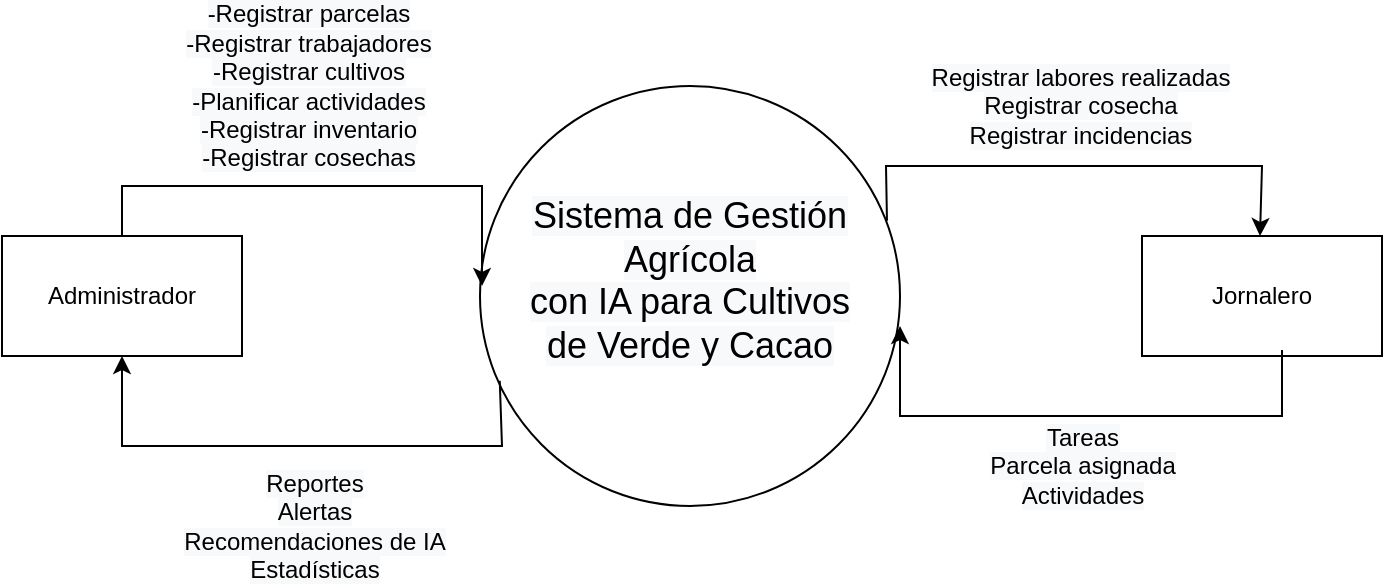
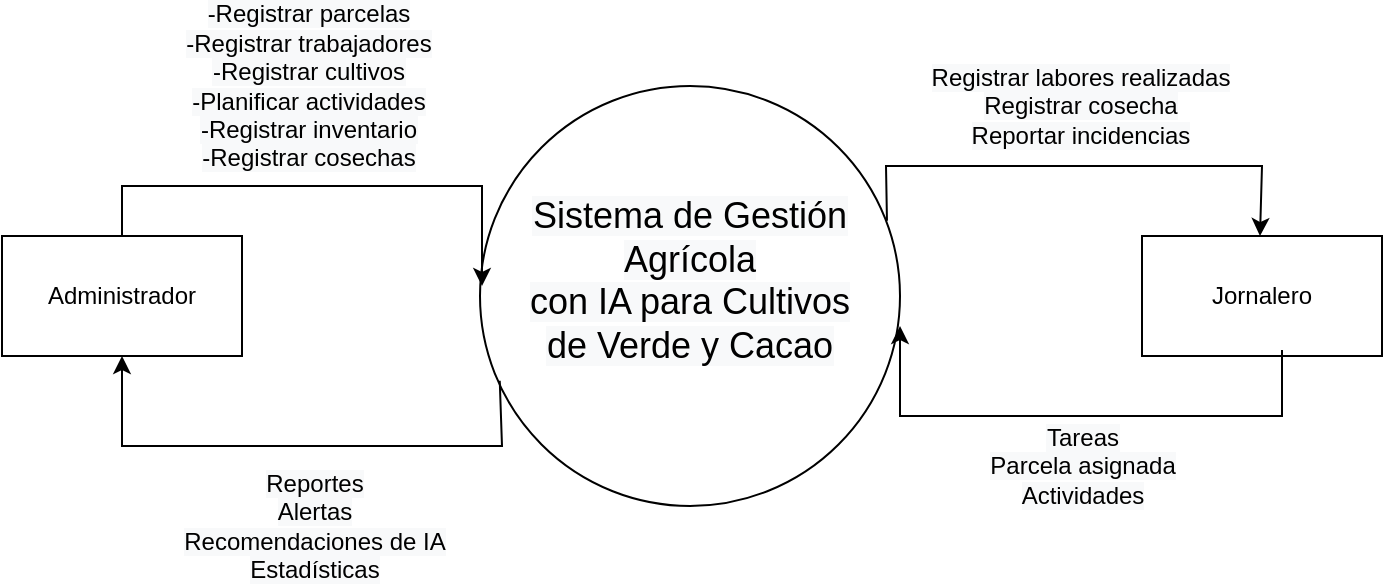
<mxfile host="app.diagrams.net">
  <diagram name="Página-1" id="E-Qxof7syNsay1jDrSFS">
-     <mxGraphModel dx="1044" dy="611" grid="1" gridSize="10" guides="1" tooltips="1" connect="1" arrows="1" fold="1" page="1" pageScale="1" pageWidth="827" pageHeight="1169" math="0" shadow="0">
+     <mxGraphModel dx="720" dy="421" grid="1" gridSize="10" guides="1" tooltips="1" connect="1" arrows="1" fold="1" page="1" pageScale="1" pageWidth="827" pageHeight="1169" math="0" shadow="0">
      <root>
        <mxCell id="0" />
        <mxCell id="1" parent="0" />
        <mxCell id="B6Bbo8RJQxdWr5DFB0A9-1" parent="1" style="ellipse;whiteSpace=wrap;html=1;aspect=fixed;" value="&#xa;&lt;span style=&quot;color: rgb(0, 0, 0); font-family: Helvetica, &amp;quot;VP Default&amp;quot;; font-size: 18px; font-style: normal; font-variant-ligatures: normal; font-variant-caps: normal; font-weight: 400; letter-spacing: normal; orphans: 2; text-align: center; text-indent: 0px; text-transform: none; widows: 2; word-spacing: 0px; -webkit-text-stroke-width: 0px; white-space: normal; background-color: rgb(248, 249, 250); text-decoration-thickness: initial; text-decoration-style: initial; text-decoration-color: initial; display: inline !important; float: none;&quot;&gt;Sistema de Gestión Agrícola&lt;/span&gt;&lt;br style=&quot;box-sizing: content-box; -webkit-font-smoothing: antialiased; scrollbar-width: thin; color: rgb(0, 0, 0); font-family: Helvetica, &amp;quot;VP Default&amp;quot;; font-size: 18px; font-style: normal; font-variant-ligatures: normal; font-variant-caps: normal; font-weight: 400; letter-spacing: normal; orphans: 2; text-align: center; text-indent: 0px; text-transform: none; widows: 2; word-spacing: 0px; -webkit-text-stroke-width: 0px; white-space: normal; background-color: rgb(248, 249, 250); text-decoration-thickness: initial; text-decoration-style: initial; text-decoration-color: initial;&quot;&gt;&lt;span style=&quot;color: rgb(0, 0, 0); font-family: Helvetica, &amp;quot;VP Default&amp;quot;; font-size: 18px; font-style: normal; font-variant-ligatures: normal; font-variant-caps: normal; font-weight: 400; letter-spacing: normal; orphans: 2; text-align: center; text-indent: 0px; text-transform: none; widows: 2; word-spacing: 0px; -webkit-text-stroke-width: 0px; white-space: normal; background-color: rgb(248, 249, 250); text-decoration-thickness: initial; text-decoration-style: initial; text-decoration-color: initial; display: inline !important; float: none;&quot;&gt;con IA para Cultivos&lt;/span&gt;&lt;br style=&quot;box-sizing: content-box; -webkit-font-smoothing: antialiased; scrollbar-width: thin; color: rgb(0, 0, 0); font-family: Helvetica, &amp;quot;VP Default&amp;quot;; font-size: 18px; font-style: normal; font-variant-ligatures: normal; font-variant-caps: normal; font-weight: 400; letter-spacing: normal; orphans: 2; text-align: center; text-indent: 0px; text-transform: none; widows: 2; word-spacing: 0px; -webkit-text-stroke-width: 0px; white-space: normal; background-color: rgb(248, 249, 250); text-decoration-thickness: initial; text-decoration-style: initial; text-decoration-color: initial;&quot;&gt;&lt;span style=&quot;color: rgb(0, 0, 0); font-family: Helvetica, &amp;quot;VP Default&amp;quot;; font-size: 18px; font-style: normal; font-variant-ligatures: normal; font-variant-caps: normal; font-weight: 400; letter-spacing: normal; orphans: 2; text-align: center; text-indent: 0px; text-transform: none; widows: 2; word-spacing: 0px; -webkit-text-stroke-width: 0px; white-space: normal; background-color: rgb(248, 249, 250); text-decoration-thickness: initial; text-decoration-style: initial; text-decoration-color: initial; display: inline !important; float: none;&quot;&gt;de Verde y Cacao&lt;/span&gt;&#xa;&#xa;" vertex="1">
          <mxGeometry height="210" width="210" x="309" y="190" as="geometry" />
        </mxCell>
        <mxCell id="B6Bbo8RJQxdWr5DFB0A9-2" parent="1" style="rounded=0;whiteSpace=wrap;html=1;" value="Administrador" vertex="1">
          <mxGeometry height="60" width="120" x="70" y="265" as="geometry" />
        </mxCell>
        <mxCell id="B6Bbo8RJQxdWr5DFB0A9-3" parent="1" style="rounded=0;whiteSpace=wrap;html=1;" value="Jornalero" vertex="1">
          <mxGeometry height="60" width="120" x="640" y="265" as="geometry" />
        </mxCell>
        <mxCell id="B6Bbo8RJQxdWr5DFB0A9-4" edge="1" parent="1" source="B6Bbo8RJQxdWr5DFB0A9-2" style="endArrow=classic;html=1;rounded=0;" value="">
          <mxGeometry height="50" relative="1" width="50" as="geometry">
            <Array as="points">
              <mxPoint x="130" y="240" />
              <mxPoint x="310" y="240" />
            </Array>
            <mxPoint x="390" y="340" as="sourcePoint" />
            <mxPoint x="310" y="290" as="targetPoint" />
          </mxGeometry>
        </mxCell>
        <mxCell id="B6Bbo8RJQxdWr5DFB0A9-10" connectable="0" parent="B6Bbo8RJQxdWr5DFB0A9-4" style="edgeLabel;html=1;align=center;verticalAlign=middle;resizable=0;points=[];" value="&lt;font style=&quot;font-size: 12px;&quot;&gt;&lt;span style=&quot;font-family: Helvetica, &amp;quot;VP Default&amp;quot;; background-color: rgb(248, 249, 250);&quot;&gt;-Registrar parcelas&lt;/span&gt;&lt;br style=&quot;box-sizing: content-box; -webkit-font-smoothing: antialiased; scrollbar-width: thin; font-family: Helvetica, &amp;quot;VP Default&amp;quot;; background-color: rgb(248, 249, 250);&quot;&gt;&lt;span style=&quot;font-family: Helvetica, &amp;quot;VP Default&amp;quot;; background-color: rgb(248, 249, 250);&quot;&gt;-Registrar trabajadores&lt;/span&gt;&lt;br style=&quot;box-sizing: content-box; -webkit-font-smoothing: antialiased; scrollbar-width: thin; font-family: Helvetica, &amp;quot;VP Default&amp;quot;; background-color: rgb(248, 249, 250);&quot;&gt;&lt;span style=&quot;font-family: Helvetica, &amp;quot;VP Default&amp;quot;; background-color: rgb(248, 249, 250);&quot;&gt;-Registrar cultivos&lt;/span&gt;&lt;br style=&quot;box-sizing: content-box; -webkit-font-smoothing: antialiased; scrollbar-width: thin; font-family: Helvetica, &amp;quot;VP Default&amp;quot;; background-color: rgb(248, 249, 250);&quot;&gt;&lt;span style=&quot;font-family: Helvetica, &amp;quot;VP Default&amp;quot;; background-color: rgb(248, 249, 250);&quot;&gt;-Planificar actividades&lt;/span&gt;&lt;br style=&quot;box-sizing: content-box; -webkit-font-smoothing: antialiased; scrollbar-width: thin; font-family: Helvetica, &amp;quot;VP Default&amp;quot;; background-color: rgb(248, 249, 250);&quot;&gt;&lt;span style=&quot;font-family: Helvetica, &amp;quot;VP Default&amp;quot;; background-color: rgb(248, 249, 250);&quot;&gt;-Registrar inventario&lt;/span&gt;&lt;br style=&quot;box-sizing: content-box; -webkit-font-smoothing: antialiased; scrollbar-width: thin; font-family: Helvetica, &amp;quot;VP Default&amp;quot;; background-color: rgb(248, 249, 250);&quot;&gt;&lt;span style=&quot;font-family: Helvetica, &amp;quot;VP Default&amp;quot;; background-color: rgb(248, 249, 250);&quot;&gt;-Registrar cosechas&lt;/span&gt;&lt;/font&gt;" vertex="1">
          <mxGeometry relative="1" x="-0.0729" as="geometry">
            <mxPoint y="-50" as="offset" />
          </mxGeometry>
        </mxCell>
        <mxCell id="B6Bbo8RJQxdWr5DFB0A9-6" edge="1" parent="1" source="B6Bbo8RJQxdWr5DFB0A9-1" style="endArrow=classic;html=1;rounded=0;exitX=0.047;exitY=0.702;exitDx=0;exitDy=0;entryX=0.5;entryY=1;entryDx=0;entryDy=0;exitPerimeter=0;" target="B6Bbo8RJQxdWr5DFB0A9-2" value="">
          <mxGeometry height="50" relative="1" width="50" as="geometry">
            <Array as="points">
              <mxPoint x="320" y="370" />
              <mxPoint x="130" y="370" />
            </Array>
            <mxPoint x="130" y="365" as="sourcePoint" />
            <mxPoint x="313.20000000000005" y="362.29999999999995" as="targetPoint" />
          </mxGeometry>
        </mxCell>
        <mxCell id="B6Bbo8RJQxdWr5DFB0A9-11" connectable="0" parent="B6Bbo8RJQxdWr5DFB0A9-6" style="edgeLabel;html=1;align=center;verticalAlign=middle;resizable=0;points=[];" value="&lt;font style=&quot;font-size: 12px;&quot;&gt;&lt;span style=&quot;font-family: Helvetica, &amp;quot;VP Default&amp;quot;; background-color: rgb(248, 249, 250);&quot;&gt;Reportes&lt;/span&gt;&lt;br style=&quot;box-sizing: content-box; -webkit-font-smoothing: antialiased; scrollbar-width: thin; font-family: Helvetica, &amp;quot;VP Default&amp;quot;; background-color: rgb(248, 249, 250);&quot;&gt;&lt;span style=&quot;font-family: Helvetica, &amp;quot;VP Default&amp;quot;; background-color: rgb(248, 249, 250);&quot;&gt;Alertas&lt;/span&gt;&lt;br style=&quot;box-sizing: content-box; -webkit-font-smoothing: antialiased; scrollbar-width: thin; font-family: Helvetica, &amp;quot;VP Default&amp;quot;; background-color: rgb(248, 249, 250);&quot;&gt;&lt;span style=&quot;font-family: Helvetica, &amp;quot;VP Default&amp;quot;; background-color: rgb(248, 249, 250);&quot;&gt;Recomendaciones de IA&lt;/span&gt;&lt;br style=&quot;box-sizing: content-box; -webkit-font-smoothing: antialiased; scrollbar-width: thin; font-family: Helvetica, &amp;quot;VP Default&amp;quot;; background-color: rgb(248, 249, 250);&quot;&gt;&lt;span style=&quot;font-family: Helvetica, &amp;quot;VP Default&amp;quot;; background-color: rgb(248, 249, 250);&quot;&gt;Estadísticas&lt;/span&gt;&lt;/font&gt;" vertex="1">
          <mxGeometry relative="1" x="-0.0553" y="-1" as="geometry">
            <mxPoint y="41" as="offset" />
          </mxGeometry>
        </mxCell>
        <mxCell id="B6Bbo8RJQxdWr5DFB0A9-8" edge="1" parent="1" style="endArrow=classic;html=1;rounded=0;entryX=0.5;entryY=1;entryDx=0;entryDy=0;" value="">
          <mxGeometry height="50" relative="1" width="50" as="geometry">
            <Array as="points">
              <mxPoint x="710" y="355" />
              <mxPoint x="519" y="355" />
            </Array>
            <mxPoint x="710" y="322" as="sourcePoint" />
            <mxPoint x="519" y="310" as="targetPoint" />
          </mxGeometry>
        </mxCell>
        <mxCell id="B6Bbo8RJQxdWr5DFB0A9-13" connectable="0" parent="B6Bbo8RJQxdWr5DFB0A9-8" style="edgeLabel;html=1;align=center;verticalAlign=middle;resizable=0;points=[];" value="&lt;font style=&quot;font-size: 12px;&quot;&gt;&lt;span style=&quot;font-family: Helvetica, &amp;quot;VP Default&amp;quot;; background-color: rgb(248, 249, 250);&quot;&gt;Tareas&lt;/span&gt;&lt;br style=&quot;box-sizing: content-box; -webkit-font-smoothing: antialiased; scrollbar-width: thin; font-family: Helvetica, &amp;quot;VP Default&amp;quot;; background-color: rgb(248, 249, 250);&quot;&gt;&lt;span style=&quot;font-family: Helvetica, &amp;quot;VP Default&amp;quot;; background-color: rgb(248, 249, 250);&quot;&gt;Parcela asignada&lt;/span&gt;&lt;br style=&quot;box-sizing: content-box; -webkit-font-smoothing: antialiased; scrollbar-width: thin; font-family: Helvetica, &amp;quot;VP Default&amp;quot;; background-color: rgb(248, 249, 250);&quot;&gt;&lt;span style=&quot;font-family: Helvetica, &amp;quot;VP Default&amp;quot;; background-color: rgb(248, 249, 250);&quot;&gt;Actividades&lt;/span&gt;&lt;/font&gt;" vertex="1">
          <mxGeometry relative="1" x="-0.0942" y="3" as="geometry">
            <mxPoint x="-11" y="22" as="offset" />
          </mxGeometry>
        </mxCell>
        <mxCell id="B6Bbo8RJQxdWr5DFB0A9-9" edge="1" parent="1" source="B6Bbo8RJQxdWr5DFB0A9-1" style="endArrow=classic;html=1;rounded=0;exitX=0.969;exitY=0.321;exitDx=0;exitDy=0;exitPerimeter=0;" value="">
          <mxGeometry height="50" relative="1" width="50" as="geometry">
            <Array as="points">
              <mxPoint x="512" y="230" />
              <mxPoint x="700" y="230" />
            </Array>
            <mxPoint x="519" y="240" as="sourcePoint" />
            <mxPoint x="699" y="265" as="targetPoint" />
          </mxGeometry>
        </mxCell>
-         <mxCell id="B6Bbo8RJQxdWr5DFB0A9-12" connectable="0" parent="B6Bbo8RJQxdWr5DFB0A9-9" style="edgeLabel;html=1;align=center;verticalAlign=middle;resizable=0;points=[];" value="&lt;font style=&quot;font-size: 12px;&quot;&gt;&lt;span style=&quot;font-family: Helvetica, &amp;quot;VP Default&amp;quot;; background-color: rgb(248, 249, 250);&quot;&gt;Registrar labores realizadas&lt;/span&gt;&lt;br style=&quot;box-sizing: content-box; -webkit-font-smoothing: antialiased; scrollbar-width: thin; font-family: Helvetica, &amp;quot;VP Default&amp;quot;; background-color: rgb(248, 249, 250);&quot;&gt;&lt;span style=&quot;font-family: Helvetica, &amp;quot;VP Default&amp;quot;; background-color: rgb(248, 249, 250);&quot;&gt;Registrar cosecha&lt;/span&gt;&lt;br style=&quot;box-sizing: content-box; -webkit-font-smoothing: antialiased; scrollbar-width: thin; font-family: Helvetica, &amp;quot;VP Default&amp;quot;; background-color: rgb(248, 249, 250);&quot;&gt;&lt;span style=&quot;font-family: Helvetica, &amp;quot;VP Default&amp;quot;; background-color: rgb(248, 249, 250);&quot;&gt;Registrar incidencias&lt;/span&gt;&lt;/font&gt;" vertex="1">
+         <mxCell id="B6Bbo8RJQxdWr5DFB0A9-12" connectable="0" parent="B6Bbo8RJQxdWr5DFB0A9-9" style="edgeLabel;html=1;align=center;verticalAlign=middle;resizable=0;points=[];" value="&lt;font style=&quot;font-size: 12px;&quot;&gt;&lt;span style=&quot;font-family: Helvetica, &amp;quot;VP Default&amp;quot;; background-color: rgb(248, 249, 250);&quot;&gt;Registrar labores realizadas&lt;/span&gt;&lt;br style=&quot;box-sizing: content-box; -webkit-font-smoothing: antialiased; scrollbar-width: thin; font-family: Helvetica, &amp;quot;VP Default&amp;quot;; background-color: rgb(248, 249, 250);&quot;&gt;&lt;span style=&quot;font-family: Helvetica, &amp;quot;VP Default&amp;quot;; background-color: rgb(248, 249, 250);&quot;&gt;Registrar cosecha&lt;/span&gt;&lt;br style=&quot;box-sizing: content-box; -webkit-font-smoothing: antialiased; scrollbar-width: thin; font-family: Helvetica, &amp;quot;VP Default&amp;quot;; background-color: rgb(248, 249, 250);&quot;&gt;&lt;span style=&quot;font-family: Helvetica, &amp;quot;VP Default&amp;quot;; background-color: rgb(248, 249, 250);&quot;&gt;Reportar incidencias&lt;/span&gt;&lt;/font&gt;" vertex="1">
          <mxGeometry relative="1" x="-0.0048" y="1" as="geometry">
            <mxPoint y="-29" as="offset" />
          </mxGeometry>
        </mxCell>
      </root>
    </mxGraphModel>
  </diagram>
</mxfile>
